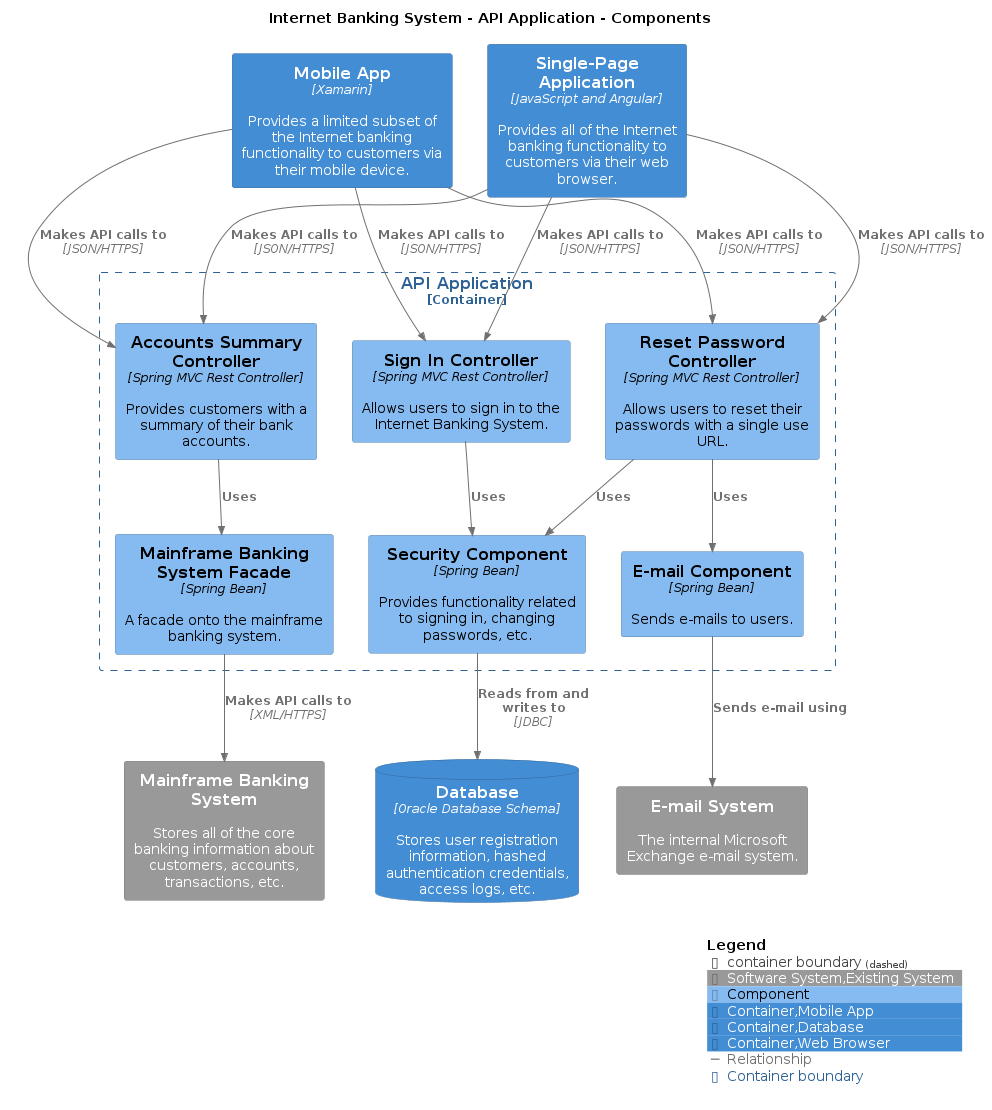
This is main/png/Components.png from avisi-cloud/structurizr-site-generatr, a PlantUML export, as it was before one commit.
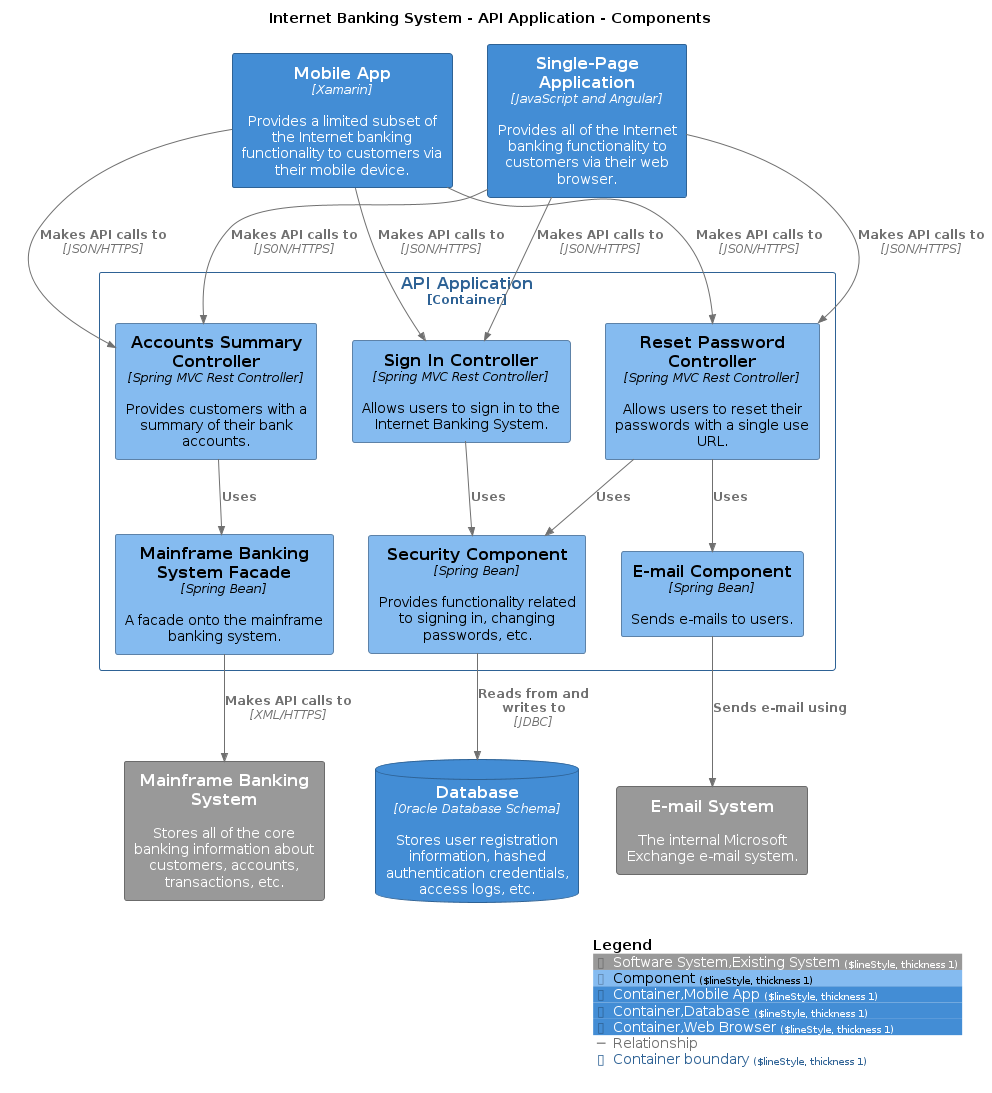
The same diagram one commit later.

The edit, as a diff of the source:
```diff
@@ -9,15 +9,15 @@
 !include <C4/C4_Container>
 !include <C4/C4_Component>
 
-AddElementTag("Software System,Existing System", $bgColor="#999999", $borderColor="#6b6b6b", $fontColor="#ffffff", $sprite="", $shadowing="")
-AddElementTag("Component", $bgColor="#85bbf0", $borderColor="#5d82a8", $fontColor="#000000", $sprite="", $shadowing="")
-AddElementTag("Container,Mobile App", $bgColor="#438dd5", $borderColor="#2e6295", $fontColor="#ffffff", $sprite="", $shadowing="")
-AddElementTag("Container,Database", $bgColor="#438dd5", $borderColor="#2e6295", $fontColor="#ffffff", $sprite="", $shadowing="")
-AddElementTag("Container,Web Browser", $bgColor="#438dd5", $borderColor="#2e6295", $fontColor="#ffffff", $sprite="", $shadowing="")
+AddElementTag("Software System,Existing System", $bgColor="#999999", $borderColor="#6b6b6b", $fontColor="#ffffff", $sprite="", $shadowing="", $borderStyle="Solid", $borderThickness="1")
+AddElementTag("Component", $bgColor="#85bbf0", $borderColor="#5d82a8", $fontColor="#000000", $sprite="", $shadowing="", $borderStyle="Solid", $borderThickness="1")
+AddElementTag("Container,Mobile App", $bgColor="#438dd5", $borderColor="#2e6295", $fontColor="#ffffff", $sprite="", $shadowing="", $borderStyle="Solid", $borderThickness="1")
+AddElementTag("Container,Database", $bgColor="#438dd5", $borderColor="#2e6295", $fontColor="#ffffff", $sprite="", $shadowing="", $borderStyle="Solid", $borderThickness="1")
+AddElementTag("Container,Web Browser", $bgColor="#438dd5", $borderColor="#2e6295", $fontColor="#ffffff", $sprite="", $shadowing="", $borderStyle="Solid", $borderThickness="1")
 
 AddRelTag("Relationship", $textColor="#707070", $lineColor="#707070", $lineStyle = "")
 
-AddBoundaryTag("Container", $bgColor="#ffffff", $borderColor="#2e6295", $fontColor="#2e6295", $shadowing="")
+AddBoundaryTag("Container", $bgColor="#ffffff", $borderColor="#2e6295", $fontColor="#2e6295", $shadowing="", $borderStyle="Solid", $borderThickness="1")
 
 System(MainframeBankingSystem, "Mainframe Banking System", $descr="Stores all of the core banking information about customers, accounts, transactions, etc.", $tags="Software System,Existing System", $link="")
 System(EmailSystem, "E-mail System", $descr="The internal Microsoft Exchange e-mail system.", $tags="Software System,Existing System", $link="")
@@ -34,19 +34,19 @@
   Component(InternetBankingSystem.APIApplication.EmailComponent, "E-mail Component", $techn="Spring Bean", $descr="Sends e-mails to users.", $tags="Component", $link="")
 }
 
-Rel_D(InternetBankingSystem.SinglePageApplication, InternetBankingSystem.APIApplication.SignInController, "Makes API calls to", $techn="JSON/HTTPS", $tags="Relationship", $link="")
-Rel_D(InternetBankingSystem.SinglePageApplication, InternetBankingSystem.APIApplication.AccountsSummaryController, "Makes API calls to", $techn="JSON/HTTPS", $tags="Relationship", $link="")
-Rel_D(InternetBankingSystem.SinglePageApplication, InternetBankingSystem.APIApplication.ResetPasswordController, "Makes API calls to", $techn="JSON/HTTPS", $tags="Relationship", $link="")
-Rel_D(InternetBankingSystem.MobileApp, InternetBankingSystem.APIApplication.SignInController, "Makes API calls to", $techn="JSON/HTTPS", $tags="Relationship", $link="")
-Rel_D(InternetBankingSystem.MobileApp, InternetBankingSystem.APIApplication.AccountsSummaryController, "Makes API calls to", $techn="JSON/HTTPS", $tags="Relationship", $link="")
-Rel_D(InternetBankingSystem.MobileApp, InternetBankingSystem.APIApplication.ResetPasswordController, "Makes API calls to", $techn="JSON/HTTPS", $tags="Relationship", $link="")
-Rel_D(InternetBankingSystem.APIApplication.SignInController, InternetBankingSystem.APIApplication.SecurityComponent, "Uses", $techn="", $tags="Relationship", $link="")
-Rel_D(InternetBankingSystem.APIApplication.AccountsSummaryController, InternetBankingSystem.APIApplication.MainframeBankingSystemFacade, "Uses", $techn="", $tags="Relationship", $link="")
-Rel_D(InternetBankingSystem.APIApplication.ResetPasswordController, InternetBankingSystem.APIApplication.SecurityComponent, "Uses", $techn="", $tags="Relationship", $link="")
-Rel_D(InternetBankingSystem.APIApplication.ResetPasswordController, InternetBankingSystem.APIApplication.EmailComponent, "Uses", $techn="", $tags="Relationship", $link="")
-Rel_D(InternetBankingSystem.APIApplication.SecurityComponent, InternetBankingSystem.Database, "Reads from and writes to", $techn="JDBC", $tags="Relationship", $link="")
-Rel_D(InternetBankingSystem.APIApplication.MainframeBankingSystemFacade, MainframeBankingSystem, "Makes API calls to", $techn="XML/HTTPS", $tags="Relationship", $link="")
-Rel_D(InternetBankingSystem.APIApplication.EmailComponent, EmailSystem, "Sends e-mail using", $techn="", $tags="Relationship", $link="")
+Rel(InternetBankingSystem.SinglePageApplication, InternetBankingSystem.APIApplication.SignInController, "Makes API calls to", $techn="JSON/HTTPS", $tags="Relationship", $link="")
+Rel(InternetBankingSystem.SinglePageApplication, InternetBankingSystem.APIApplication.AccountsSummaryController, "Makes API calls to", $techn="JSON/HTTPS", $tags="Relationship", $link="")
+Rel(InternetBankingSystem.SinglePageApplication, InternetBankingSystem.APIApplication.ResetPasswordController, "Makes API calls to", $techn="JSON/HTTPS", $tags="Relationship", $link="")
+Rel(InternetBankingSystem.MobileApp, InternetBankingSystem.APIApplication.SignInController, "Makes API calls to", $techn="JSON/HTTPS", $tags="Relationship", $link="")
+Rel(InternetBankingSystem.MobileApp, InternetBankingSystem.APIApplication.AccountsSummaryController, "Makes API calls to", $techn="JSON/HTTPS", $tags="Relationship", $link="")
+Rel(InternetBankingSystem.MobileApp, InternetBankingSystem.APIApplication.ResetPasswordController, "Makes API calls to", $techn="JSON/HTTPS", $tags="Relationship", $link="")
+Rel(InternetBankingSystem.APIApplication.SignInController, InternetBankingSystem.APIApplication.SecurityComponent, "Uses", $techn="", $tags="Relationship", $link="")
+Rel(InternetBankingSystem.APIApplication.AccountsSummaryController, InternetBankingSystem.APIApplication.MainframeBankingSystemFacade, "Uses", $techn="", $tags="Relationship", $link="")
+Rel(InternetBankingSystem.APIApplication.ResetPasswordController, InternetBankingSystem.APIApplication.SecurityComponent, "Uses", $techn="", $tags="Relationship", $link="")
+Rel(InternetBankingSystem.APIApplication.ResetPasswordController, InternetBankingSystem.APIApplication.EmailComponent, "Uses", $techn="", $tags="Relationship", $link="")
+Rel(InternetBankingSystem.APIApplication.SecurityComponent, InternetBankingSystem.Database, "Reads from and writes to", $techn="JDBC", $tags="Relationship", $link="")
+Rel(InternetBankingSystem.APIApplication.MainframeBankingSystemFacade, MainframeBankingSystem, "Makes API calls to", $techn="XML/HTTPS", $tags="Relationship", $link="")
+Rel(InternetBankingSystem.APIApplication.EmailComponent, EmailSystem, "Sends e-mail using", $techn="", $tags="Relationship", $link="")
 
 SHOW_LEGEND(true)
 @enduml
```
